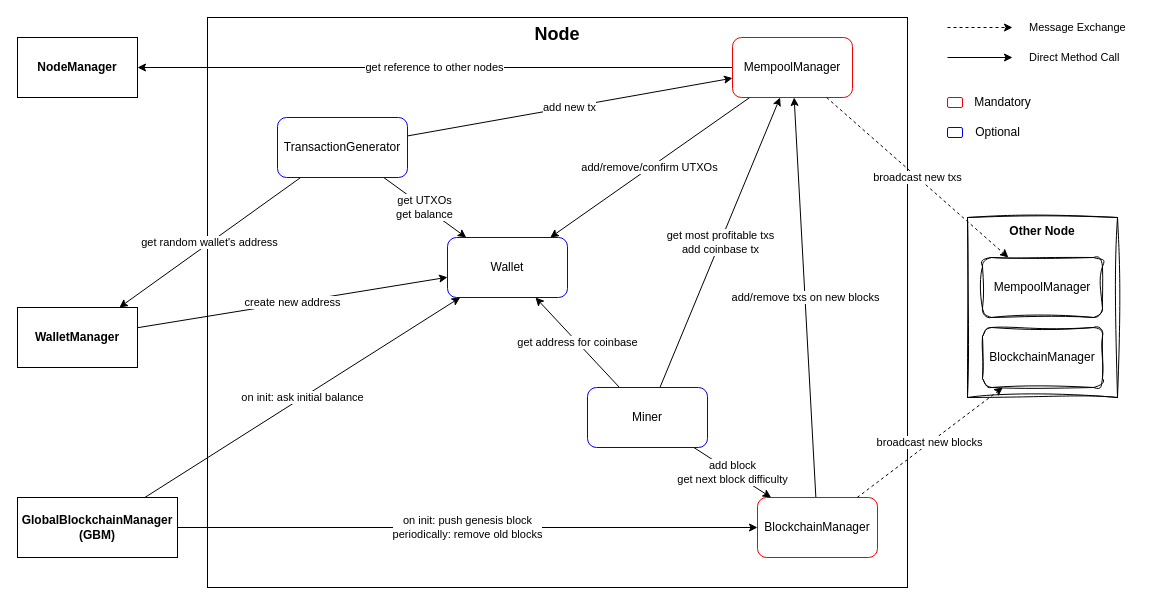
This is page "Node internals" (2 of 9) of doc/drawio/diagrams.drawio from SpeedJack/iblock, a draw.io file, before an edit. Source tidied: cells renumbered, new cells numbered last; positions are measured from the earlier drawing's top-left corner, leaving out a move shared by most shapes. Both pictures are drawn from the tidied source at 100%, with x=0, y=0 at pixel (17, 17).
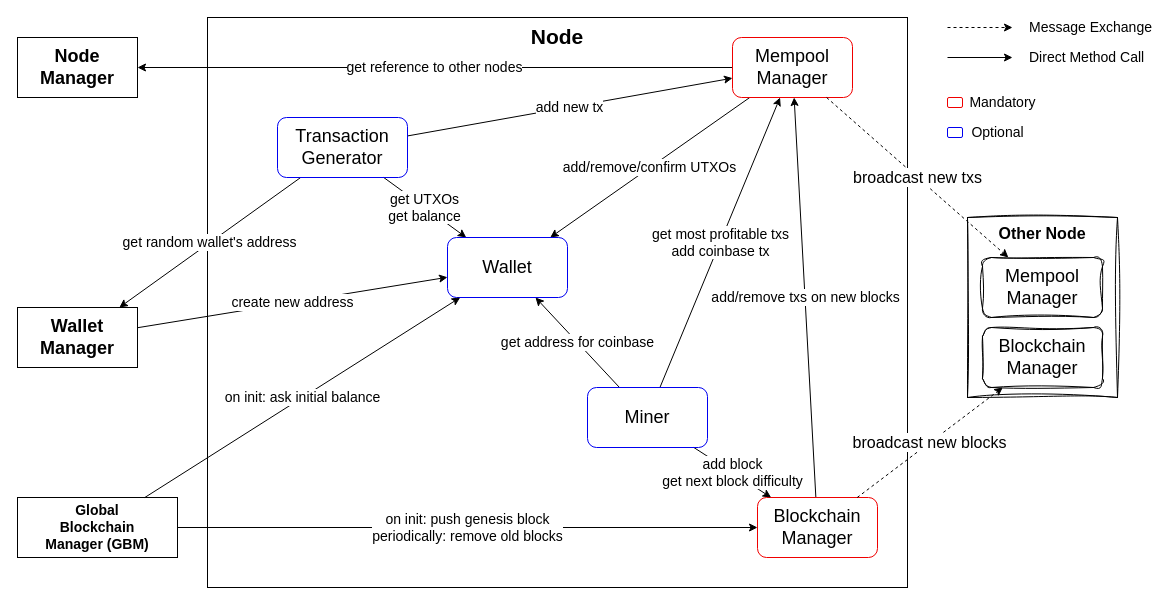
After the change.

Change to the diagram source:
```diff
@@
-    <mxCell id="2" value="Node" style="whiteSpace=wrap;html=1;verticalAlign=top;fontStyle=1;fontSize=18;fillStyle=auto;glass=0;gradientColor=none;gradientDirection=radial;fillColor=none;" parent="1" vertex="1">
+    <mxCell id="2" value="Node" style="whiteSpace=wrap;html=1;verticalAlign=top;fontStyle=1;fontSize=21;fillStyle=auto;glass=0;gradientColor=none;gradientDirection=radial;fillColor=none;" parent="1" vertex="1">
       <mxGeometry x="190" width="700" height="570" as="geometry" />
     </mxCell>
-    <mxCell id="3" value="add/remove txs on new blocks" style="rounded=0;jettySize=auto;html=1;" parent="1" edge="1" source="4" target="7">
+    <mxCell id="3" value="add/remove txs on new blocks" style="rounded=0;jettySize=auto;html=1;fontSize=14;" parent="1" edge="1" source="4" target="7">
       <mxGeometry relative="1" as="geometry" />
     </mxCell>
-    <mxCell id="4" value="BlockchainManager" style="rounded=1;whiteSpace=wrap;html=1;strokeColor=#F00000;" parent="1" vertex="1">
+    <mxCell id="4" value="Blockchain&lt;br style=&quot;font-size: 18px;&quot;&gt;Manager" style="rounded=1;whiteSpace=wrap;html=1;strokeColor=#F00000;fontSize=18;fillColor=none;" parent="1" vertex="1">
       <mxGeometry x="740" y="480" width="120" height="60" as="geometry" />
     </mxCell>
-    <mxCell id="5" value="add/remove/confirm UTXOs" style="rounded=0;jettySize=auto;html=1;" parent="1" edge="1" source="7" target="12">
+    <mxCell id="5" value="add/remove/confirm UTXOs" style="rounded=0;jettySize=auto;html=1;fontSize=14;" parent="1" edge="1" source="7" target="12">
       <mxGeometry relative="1" as="geometry" />
     </mxCell>
-    <mxCell id="6" value="get reference to other nodes" style="rounded=0;jettySize=auto;html=1;" parent="1" edge="1" source="7" target="22">
+    <mxCell id="6" value="get reference to other nodes" style="rounded=0;jettySize=auto;html=1;fontSize=14;" parent="1" edge="1" source="7" target="22">
       <mxGeometry relative="1" as="geometry" />
     </mxCell>
-    <mxCell id="7" value="MempoolManager" style="rounded=1;whiteSpace=wrap;html=1;strokeColor=#F00000;" parent="1" vertex="1">
+    <mxCell id="7" value="Mempool&lt;br style=&quot;font-size: 18px;&quot;&gt;Manager" style="rounded=1;whiteSpace=wrap;html=1;strokeColor=#F00000;fontSize=18;fillColor=none;" parent="1" vertex="1">
       <mxGeometry x="715" y="20" width="120" height="60" as="geometry" />
     </mxCell>
-    <mxCell id="8" value="add new tx" style="rounded=0;jettySize=auto;html=1;" parent="1" edge="1" source="11" target="7">
+    <mxCell id="8" value="add new tx" style="rounded=0;jettySize=auto;html=1;fontSize=14;" parent="1" edge="1" source="11" target="7">
       <mxGeometry relative="1" as="geometry" />
     </mxCell>
-    <mxCell id="9" value="get UTXOs&lt;br&gt;get balance" style="rounded=0;jettySize=auto;html=1;" parent="1" edge="1" source="11" target="12">
+    <mxCell id="9" value="get UTXOs&lt;br style=&quot;font-size: 14px;&quot;&gt;get balance" style="rounded=0;jettySize=auto;html=1;fontSize=14;" parent="1" edge="1" source="11" target="12">
       <mxGeometry relative="1" as="geometry" />
     </mxCell>
-    <mxCell id="10" value="get random wallet's address" style="rounded=0;jettySize=auto;html=1;" parent="1" edge="1" source="11" target="18">
+    <mxCell id="10" value="get random wallet's address" style="rounded=0;jettySize=auto;html=1;fontSize=14;" parent="1" edge="1" source="11" target="18">
       <mxGeometry relative="1" as="geometry" />
     </mxCell>
-    <mxCell id="11" value="TransactionGenerator" style="rounded=1;whiteSpace=wrap;html=1;strokeColor=#0000F0;" parent="1" vertex="1">
+    <mxCell id="11" value="Transaction&lt;br&gt;Generator" style="rounded=1;whiteSpace=wrap;html=1;strokeColor=#0000F0;fontSize=18;fillColor=none;" parent="1" vertex="1">
       <mxGeometry x="260" y="100" width="130" height="60" as="geometry" />
     </mxCell>
-    <mxCell id="12" value="Wallet" style="rounded=1;whiteSpace=wrap;html=1;strokeColor=#0000F0;" parent="1" vertex="1">
+    <mxCell id="12" value="Wallet" style="rounded=1;whiteSpace=wrap;html=1;strokeColor=#0000F0;fontSize=18;fillColor=none;" parent="1" vertex="1">
       <mxGeometry x="430" y="220" width="120" height="60" as="geometry" />
     </mxCell>
-    <mxCell id="13" value="add block&lt;br&gt;get next block difficulty" style="rounded=0;jettySize=auto;html=1;" parent="1" edge="1" source="16" target="4">
+    <mxCell id="13" value="add block&lt;br style=&quot;font-size: 14px;&quot;&gt;get next block difficulty" style="rounded=0;jettySize=auto;html=1;fontSize=14;" parent="1" edge="1" source="16" target="4">
       <mxGeometry relative="1" as="geometry" />
     </mxCell>
-    <mxCell id="14" value="get most profitable txs&lt;br&gt;add coinbase tx" style="rounded=0;jettySize=auto;html=1;" parent="1" edge="1" source="16" target="7">
+    <mxCell id="14" value="get most profitable txs&lt;br style=&quot;font-size: 14px;&quot;&gt;add coinbase tx" style="rounded=0;jettySize=auto;html=1;fontSize=14;" parent="1" edge="1" source="16" target="7">
       <mxGeometry relative="1" as="geometry" />
     </mxCell>
-    <mxCell id="15" value="get address for coinbase" style="rounded=0;jettySize=auto;html=1;" parent="1" edge="1" source="16" target="12">
+    <mxCell id="15" value="get address for coinbase" style="rounded=0;jettySize=auto;html=1;fontSize=14;" parent="1" edge="1" source="16" target="12">
       <mxGeometry relative="1" as="geometry" />
     </mxCell>
-    <mxCell id="16" value="Miner" style="rounded=1;whiteSpace=wrap;html=1;strokeColor=#0000F0;" parent="1" vertex="1">
+    <mxCell id="16" value="Miner" style="rounded=1;whiteSpace=wrap;html=1;strokeColor=#0000F0;fontSize=18;fillColor=none;" parent="1" vertex="1">
       <mxGeometry x="570" y="370" width="120" height="60" as="geometry" />
     </mxCell>
-    <mxCell id="17" value="create new address" style="rounded=0;jettySize=auto;html=1;" parent="1" edge="1" source="18" target="12">
+    <mxCell id="17" value="create new address" style="rounded=0;jettySize=auto;html=1;fontSize=14;" parent="1" edge="1" source="18" target="12">
       <mxGeometry relative="1" as="geometry" />
     </mxCell>
-    <mxCell id="18" value="WalletManager" style="rounded=0;whiteSpace=wrap;html=1;fontStyle=1;" parent="1" vertex="1">
+    <mxCell id="18" value="Wallet&lt;br style=&quot;font-size: 18px;&quot;&gt;Manager" style="rounded=0;whiteSpace=wrap;html=1;fontStyle=1;fontSize=18;fillColor=none;" parent="1" vertex="1">
       <mxGeometry y="290" width="120" height="60" as="geometry" />
     </mxCell>
-    <mxCell id="19" value="on init: push genesis block&lt;br&gt;periodically: remove old blocks" style="rounded=0;jettySize=auto;html=1;" parent="1" edge="1" source="21" target="4">
+    <mxCell id="19" value="on init: push genesis block&lt;br style=&quot;font-size: 14px;&quot;&gt;periodically: remove old blocks" style="rounded=0;jettySize=auto;html=1;fontSize=14;" parent="1" edge="1" source="21" target="4">
       <mxGeometry relative="1" as="geometry" />
     </mxCell>
-    <mxCell id="20" value="on init: ask initial balance" style="rounded=0;jettySize=auto;html=1;" parent="1" edge="1" source="21" target="12">
+    <mxCell id="20" value="on init: ask initial balance" style="rounded=0;jettySize=auto;html=1;fontSize=14;" parent="1" edge="1" source="21" target="12">
       <mxGeometry relative="1" as="geometry" />
     </mxCell>
-    <mxCell id="21" value="GlobalBlockchainManager&lt;br&gt;(GBM)" style="rounded=0;whiteSpace=wrap;html=1;fontStyle=1;" parent="1" vertex="1">
+    <mxCell id="21" value="Global&lt;br style=&quot;font-size: 14px;&quot;&gt;Blockchain&lt;br style=&quot;font-size: 14px;&quot;&gt;Manager (GBM)" style="rounded=0;whiteSpace=wrap;html=1;fontStyle=1;fontSize=14;fillColor=none;" parent="1" vertex="1">
       <mxGeometry y="480" width="160" height="60" as="geometry" />
     </mxCell>
-    <mxCell id="22" value="NodeManager" style="rounded=0;whiteSpace=wrap;html=1;fontStyle=1;glass=0;shadow=0;" parent="1" vertex="1">
+    <mxCell id="22" value="Node&lt;br style=&quot;font-size: 18px;&quot;&gt;Manager" style="rounded=0;whiteSpace=wrap;html=1;fontStyle=1;glass=0;shadow=0;fontSize=18;fillColor=none;" parent="1" vertex="1">
       <mxGeometry y="20" width="120" height="60" as="geometry" />
     </mxCell>
-    <mxCell id="23" value="Other Node" style="whiteSpace=wrap;html=1;fontStyle=1;verticalAlign=top;sketch=1;curveFitting=1;jiggle=2;" parent="1" vertex="1">
+    <mxCell id="23" value="Other Node" style="whiteSpace=wrap;html=1;fontStyle=1;verticalAlign=top;sketch=1;curveFitting=1;jiggle=2;fontSize=16;fillColor=none;" parent="1" vertex="1">
       <mxGeometry x="950" y="200" width="150" height="180" as="geometry" />
     </mxCell>
-    <mxCell id="24" value="BlockchainManager" style="rounded=1;whiteSpace=wrap;html=1;sketch=1;curveFitting=1;jiggle=2;" parent="1" vertex="1">
+    <mxCell id="24" value="Blockchain&lt;br style=&quot;font-size: 18px;&quot;&gt;Manager" style="rounded=1;whiteSpace=wrap;html=1;sketch=1;curveFitting=1;jiggle=2;fontSize=18;fillColor=none;" parent="1" vertex="1">
       <mxGeometry x="965" y="310" width="120" height="60" as="geometry" />
     </mxCell>
-    <mxCell id="25" value="MempoolManager" style="rounded=1;whiteSpace=wrap;html=1;sketch=1;curveFitting=1;jiggle=2;" parent="1" vertex="1">
+    <mxCell id="25" value="Mempool&lt;br style=&quot;font-size: 18px;&quot;&gt;Manager" style="rounded=1;whiteSpace=wrap;html=1;sketch=1;curveFitting=1;jiggle=2;fontSize=18;fillColor=none;" parent="1" vertex="1">
       <mxGeometry x="965" y="240" width="120" height="60" as="geometry" />
     </mxCell>
-    <mxCell id="26" value="broadcast new txs" style="rounded=0;jettySize=auto;html=1;dashed=1;" parent="1" edge="1" source="7" target="25">
+    <mxCell id="26" value="broadcast new txs" style="rounded=0;jettySize=auto;html=1;dashed=1;fontSize=16;" parent="1" edge="1" source="7" target="25">
       <mxGeometry relative="1" as="geometry" />
     </mxCell>
-    <mxCell id="27" value="broadcast new blocks" style="rounded=0;jettySize=auto;html=1;dashed=1;" parent="1" edge="1" source="4" target="24">
+    <mxCell id="27" value="broadcast new blocks" style="rounded=0;jettySize=auto;html=1;dashed=1;fontSize=16;" parent="1" edge="1" source="4" target="24">
       <mxGeometry relative="1" as="geometry" />
     </mxCell>
-    <mxCell id="28" value="Message Exchange" style="rounded=0;orthogonalLoop=1;jettySize=auto;html=1;dashed=1;labelPosition=right;verticalLabelPosition=middle;align=left;verticalAlign=middle;" parent="1" edge="1">
+    <mxCell id="28" value="Message Exchange" style="rounded=0;orthogonalLoop=1;jettySize=auto;html=1;dashed=1;labelPosition=right;verticalLabelPosition=middle;align=left;verticalAlign=middle;fontSize=14;" parent="1" edge="1">
       <mxGeometry x="1" y="15" relative="1" as="geometry">
         <mxPoint x="930" y="10" as="sourcePoint" />
         <mxPoint x="995" y="10" as="targetPoint" />
         <mxPoint x="15" y="15" as="offset" />
       </mxGeometry>
     </mxCell>
-    <mxCell id="29" value="Direct Method Call" style="rounded=0;orthogonalLoop=1;jettySize=auto;html=1;labelPosition=right;verticalLabelPosition=middle;align=left;verticalAlign=middle;spacingRight=0;" parent="1" edge="1">
+    <mxCell id="29" value="Direct Method Call" style="rounded=0;orthogonalLoop=1;jettySize=auto;html=1;labelPosition=right;verticalLabelPosition=middle;align=left;verticalAlign=middle;spacingRight=0;fontSize=14;" parent="1" edge="1">
       <mxGeometry x="1" y="15" relative="1" as="geometry">
         <mxPoint x="930" y="40" as="sourcePoint" />
         <mxPoint x="995" y="40" as="targetPoint" />
         <mxPoint x="15" y="15" as="offset" />
       </mxGeometry>
     </mxCell>
@@
-    <mxCell id="31" value="Mandatory" style="text;html=1;align=center;verticalAlign=middle;strokeColor=none;fillColor=none;" parent="1" vertex="1">
-      <mxGeometry x="945" y="70" width="80" height="30" as="geometry" />
+    <mxCell id="31" value="Mandatory" style="text;html=1;align=center;verticalAlign=middle;strokeColor=none;fillColor=none;fontSize=14;" parent="1" vertex="1">
+      <mxGeometry x="940" y="70" width="90" height="30" as="geometry" />
     </mxCell>
@@
-    <mxCell id="33" value="Optional" style="text;html=1;align=center;verticalAlign=middle;strokeColor=none;fillColor=none;" parent="1" vertex="1">
-      <mxGeometry x="945" y="100" width="70" height="30" as="geometry" />
+    <mxCell id="33" value="Optional" style="text;html=1;align=center;verticalAlign=middle;strokeColor=none;fillColor=none;fontSize=14;" parent="1" vertex="1">
+      <mxGeometry x="940" y="100" width="80" height="30" as="geometry" />
     </mxCell>
```
